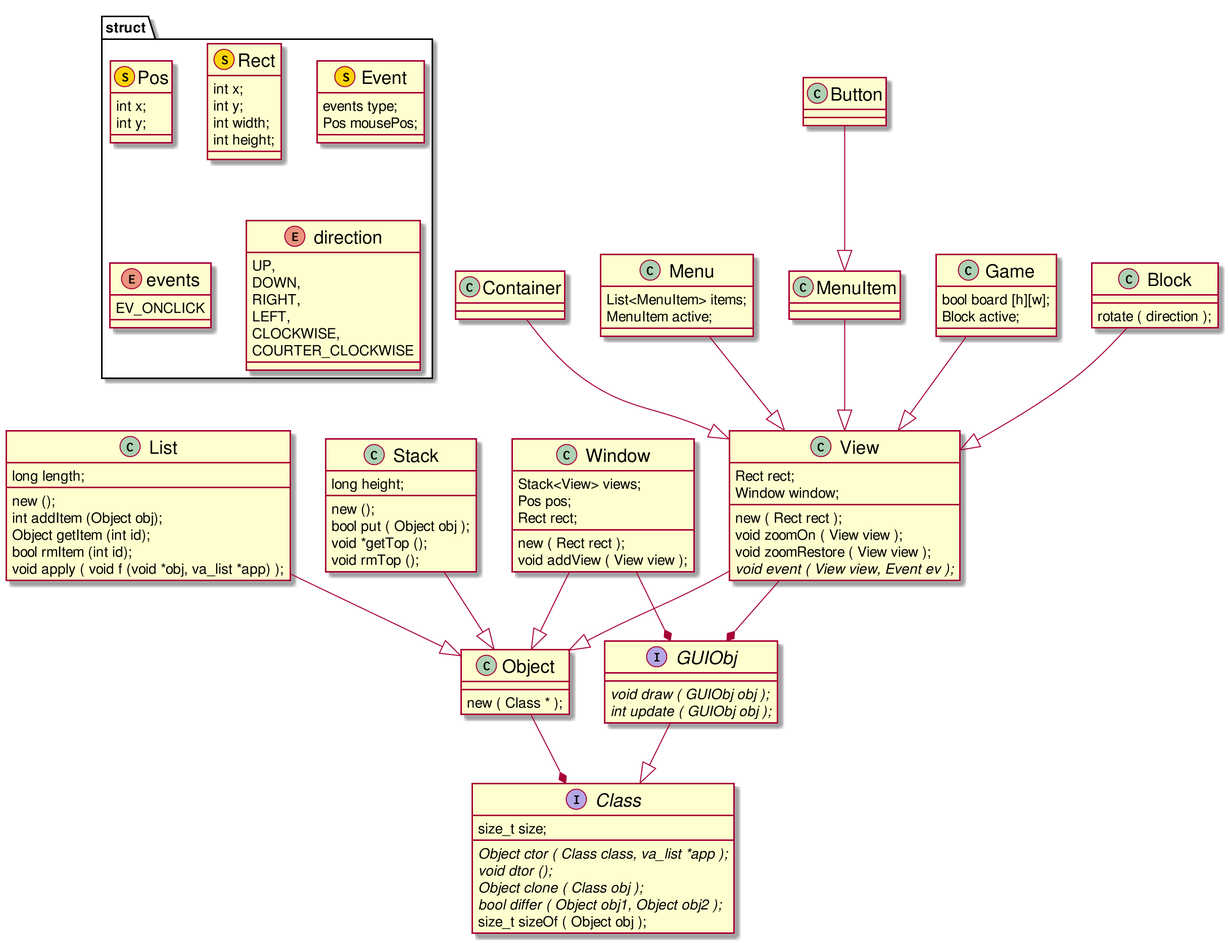
The PlantUML diagram docs/classes.png in binary-b/c-tetris, before a commit.
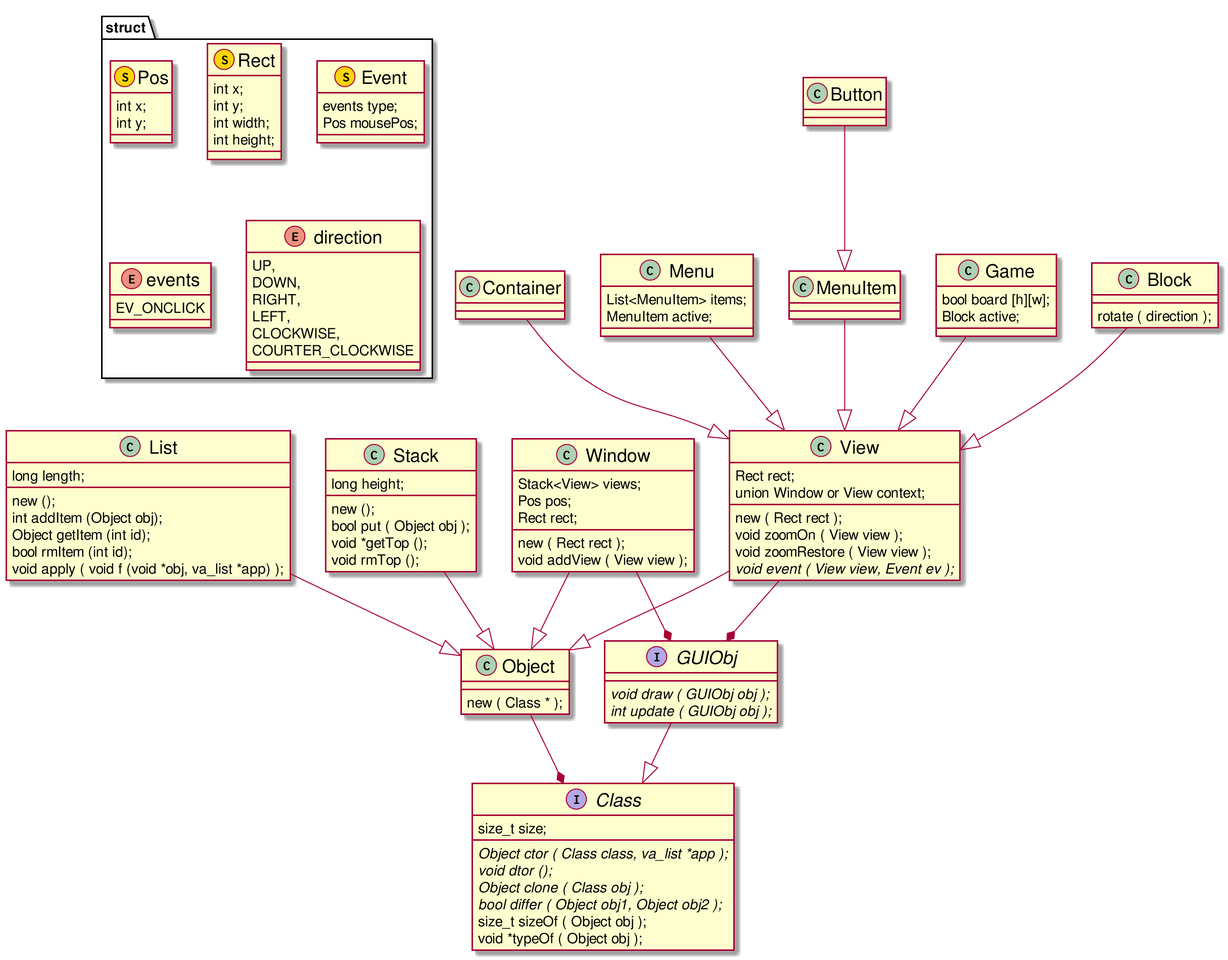
The same diagram one commit later.

What changed in the source:
```diff
@@ -39,6 +39,7 @@
 	{abstract} Object clone ( Class obj );
 	{abstract} bool differ ( Object obj1, Object obj2 );
 	size_t sizeOf ( Object obj );
+	void *typeOf ( Object obj );
 }
 
 class Object {
@@ -73,7 +74,7 @@
 }
 class View {
 	Rect rect;
-	Window window;
+	union Window or View context;
 	new ( Rect rect );
 	void zoomOn ( View view );
 	void zoomRestore ( View view );
```
